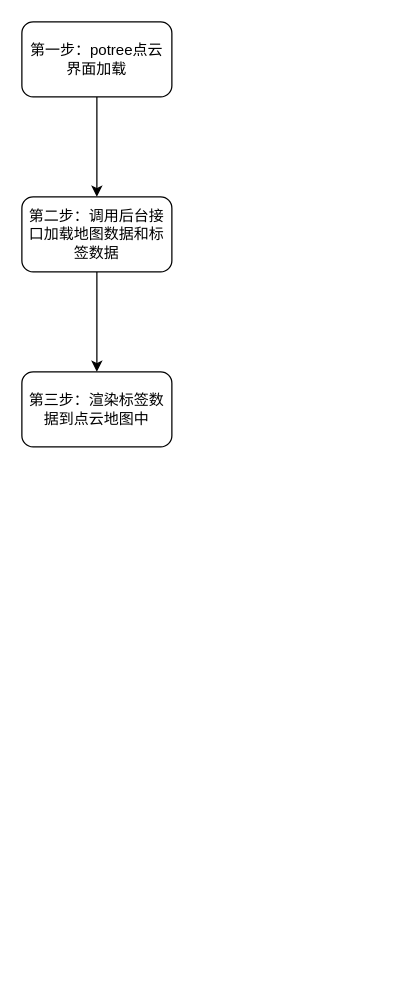
Before: 点云标签.drawio in wangyufei0807/draw, a draw.io diagram. Source tidied: cells renumbered, new cells numbered last; positions are measured from the earlier drawing's top-left corner, leaving out a move shared by most shapes. Both pictures are drawn from the tidied source at 125%, with x=0, y=0 at pixel (21, 21).
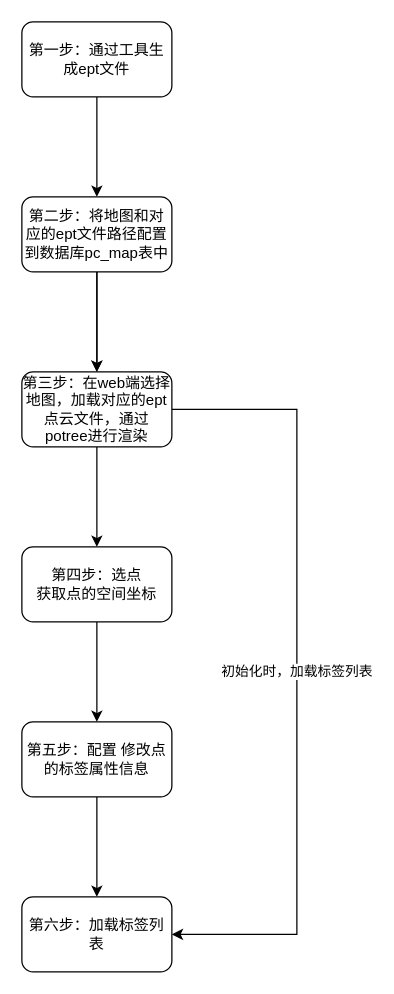
After the change.

Commit message:
更新点云标签.drawio

Diff of the diagram source:
```diff
@@
 <mxGraphModel>
   <root>
     <mxCell id="0" />
     <mxCell id="1" parent="0" />
     <mxCell id="2" style="edgeStyle=orthogonalEdgeStyle;rounded=0;jettySize=auto;html=1;" parent="1" edge="1" source="3" target="5">
       <mxGeometry relative="1" as="geometry" />
     </mxCell>
-    <mxCell id="3" value="第一步：potree点云界面加载" style="rounded=1;whiteSpace=wrap;html=1;" parent="1" vertex="1">
+    <mxCell id="3" value="第一步：通过工具生成ept文件" style="rounded=1;whiteSpace=wrap;html=1;" parent="1" vertex="1">
       <mxGeometry width="120" height="60" as="geometry" />
     </mxCell>
     <mxCell id="4" style="edgeStyle=orthogonalEdgeStyle;rounded=0;jettySize=auto;html=1;" parent="1" edge="1" source="5" target="6">
       <mxGeometry relative="1" as="geometry" />
     </mxCell>
+    <mxCell id="7" style="edgeStyle=orthogonalEdgeStyle;rounded=0;jettySize=auto;html=1;" parent="1" edge="1" source="5" target="6">
+      <mxGeometry relative="1" as="geometry" />
+    </mxCell>
-    <mxCell id="5" value="第二步：调用后台接口加载地图数据和标签数据" style="whiteSpace=wrap;html=1;rounded=1;" parent="1" vertex="1">
+    <mxCell id="5" value="第二步：将地图和对应的ept文件路径配置到数据库pc_map表中" style="whiteSpace=wrap;html=1;rounded=1;" parent="1" vertex="1">
       <mxGeometry y="140" width="120" height="60" as="geometry" />
     </mxCell>
+    <mxCell id="8" style="edgeStyle=orthogonalEdgeStyle;rounded=0;jettySize=auto;html=1;" parent="1" edge="1" source="6" target="11">
+      <mxGeometry relative="1" as="geometry" />
+    </mxCell>
+    <mxCell id="9" value="初始化时，加载标签列表" style="edgeStyle=orthogonalEdgeStyle;rounded=0;jettySize=auto;html=1;exitX=1;exitY=0.5;exitDx=0;exitDy=0;entryX=1;entryY=0.5;entryDx=0;entryDy=0;" parent="1" edge="1" source="6" target="14">
+      <mxGeometry relative="1" as="geometry">
+        <Array as="points">
+          <mxPoint x="220" y="310" />
+          <mxPoint x="220" y="730" />
+        </Array>
+      </mxGeometry>
+    </mxCell>
-    <mxCell id="6" value="第三步：渲染标签数据到点云地图中" style="whiteSpace=wrap;html=1;rounded=1;" parent="1" vertex="1">
+    <mxCell id="6" value="第三步：在web端选择地图，加载对应的ept点云文件，通过potree进行渲染" style="whiteSpace=wrap;html=1;rounded=1;" parent="1" vertex="1">
       <mxGeometry y="280" width="120" height="60" as="geometry" />
     </mxCell>
+    <mxCell id="10" style="edgeStyle=orthogonalEdgeStyle;rounded=0;jettySize=auto;html=1;" parent="1" edge="1" source="11" target="13">
+      <mxGeometry relative="1" as="geometry" />
+    </mxCell>
+    <mxCell id="11" value="第四步：选点&lt;br&gt;获取点的空间坐标" style="whiteSpace=wrap;html=1;rounded=1;" parent="1" vertex="1">
+      <mxGeometry y="420" width="120" height="60" as="geometry" />
+    </mxCell>
+    <mxCell id="12" style="edgeStyle=orthogonalEdgeStyle;rounded=0;jettySize=auto;html=1;" parent="1" edge="1" source="13" target="14">
+      <mxGeometry relative="1" as="geometry" />
+    </mxCell>
+    <mxCell id="13" value="第五步：配置&lt;span style=&quot;white-space: pre;&quot;&gt; &lt;/span&gt;修改点的标签属性信息" style="whiteSpace=wrap;html=1;rounded=1;" parent="1" vertex="1">
+      <mxGeometry y="560" width="120" height="60" as="geometry" />
+    </mxCell>
+    <mxCell id="14" value="第六步：加载标签列表" style="whiteSpace=wrap;html=1;rounded=1;" parent="1" vertex="1">
+      <mxGeometry y="700" width="120" height="60" as="geometry" />
+    </mxCell>
   </root>
 </mxGraphModel>
```
